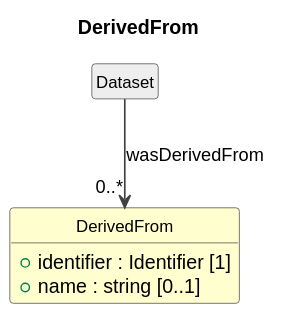
Earlier version of the PlantUML export cdif-uml-model/_plantuml/cdifDataDescription/Classes/DerivedFrom.svg (Cross-Domain-Interoperability-Framework/metadataBuildingBlocks). Its diagram source:
```plantuml
@startuml
title DerivedFrom
hide circle
hide empty members
skinparam shadowing false
skinparam ArrowThickness 1.2
skinparam class {
  ArrowColor #404040
  BorderColor #404040
  FontSize 12
}

class "DerivedFrom" as DerivedFrom #FEFECE {
  +identifier : Identifier [1]
  +name : string [0..1]
}
class "Dataset" as Dataset #EEEEEE
Dataset --> "0..*" DerivedFrom : wasDerivedFrom
@enduml
```
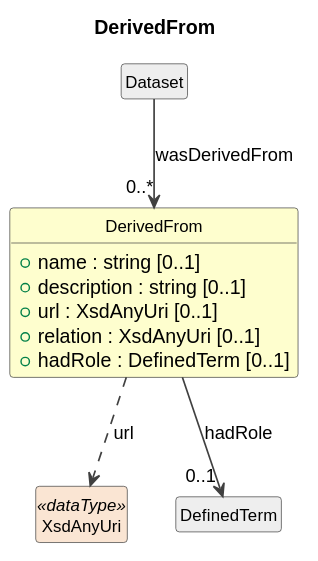
The same file after the commit.

The edit, as a diff of the source:
```diff
@@ -11,9 +11,16 @@
 }
 
 class "DerivedFrom" as DerivedFrom #FEFECE {
-  +identifier : Identifier [1]
   +name : string [0..1]
+  +description : string [0..1]
+  +url : XsdAnyUri [0..1]
+  +relation : XsdAnyUri [0..1]
+  +hadRole : DefinedTerm [0..1]
 }
 class "Dataset" as Dataset #EEEEEE
 Dataset --> "0..*" DerivedFrom : wasDerivedFrom
+class "XsdAnyUri" as XsdAnyUri <<dataType>> #FAE5D3
+DerivedFrom ..> XsdAnyUri : url
+class "DefinedTerm" as DefinedTerm #EEEEEE
+DerivedFrom --> "0..1" DefinedTerm : hadRole
 @enduml
```
